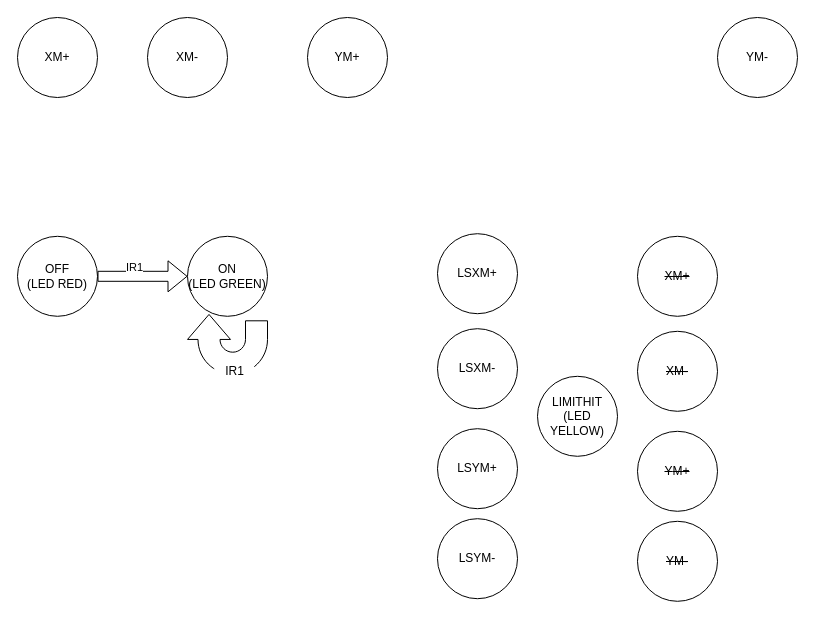
lspark11/ENME-533-Project keeps this draw.io diagram as BasicCNCStateDiagramXY.drawio. Above is the earlier version. Source tidied: cells renumbered, new cells numbered last; positions are measured from the earlier drawing's top-left corner, leaving out a move shared by most shapes. Both pictures are drawn from the tidied source at 100%, with x=0, y=0 at pixel (17, 17).
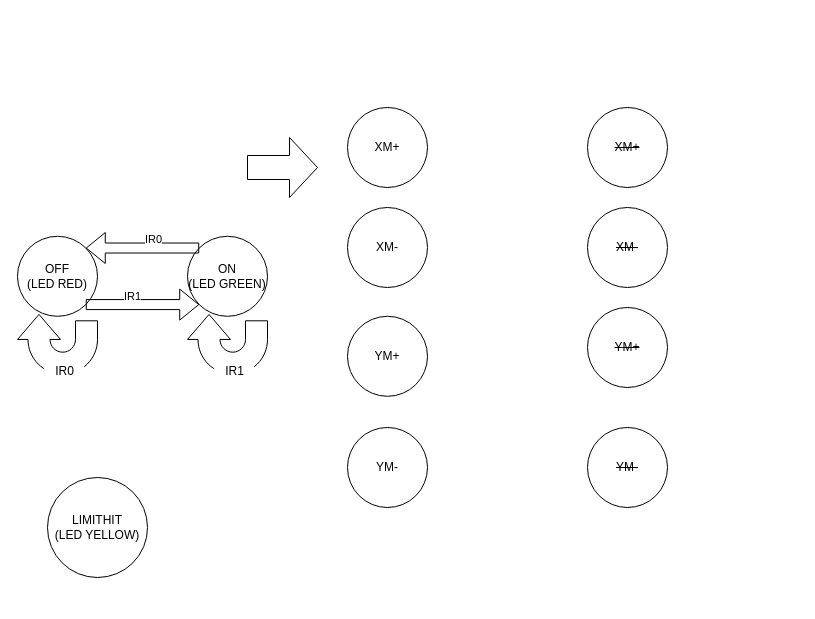
Above is the later version.

Commit message:
ON & Off set BasicCNCStateDiagramXY.drawio

The change refers to these unchanged cells:
```xml
<mxCell id="6" value="ON&lt;div&gt;(LED GREEN)&lt;/div&gt;" style="ellipse;whiteSpace=wrap;html=1;" parent="1" vertex="1">
  <mxGeometry x="170" y="218.8" width="80" height="80" as="geometry" />
</mxCell>
<mxCell id="7" value="OFF&lt;div&gt;(LED RED)&lt;/div&gt;" style="ellipse;whiteSpace=wrap;html=1;" parent="1" vertex="1">
  <mxGeometry y="218.8" width="80" height="80" as="geometry" />
</mxCell>
```

The edit, as a diff of the source:
```diff
@@
     <mxCell id="2" value="XM+" style="ellipse;whiteSpace=wrap;html=1;" parent="1" vertex="1">
-      <mxGeometry width="80" height="80" as="geometry" />
+      <mxGeometry x="330" y="90" width="80" height="80" as="geometry" />
     </mxCell>
     <mxCell id="3" value="YM-" style="ellipse;whiteSpace=wrap;html=1;" parent="1" vertex="1">
-      <mxGeometry x="700" width="80" height="80" as="geometry" />
+      <mxGeometry x="330" y="410" width="80" height="80" as="geometry" />
     </mxCell>
     <mxCell id="4" value="&lt;strike&gt;XM-&lt;/strike&gt;" style="ellipse;whiteSpace=wrap;html=1;" parent="1" vertex="1">
-      <mxGeometry x="620" y="313.8" width="80" height="80" as="geometry" />
+      <mxGeometry x="570" y="190" width="80" height="80" as="geometry" />
     </mxCell>
     <mxCell id="5" value="Y&lt;span style=&quot;background-color: transparent; color: light-dark(rgb(0, 0, 0), rgb(255, 255, 255));&quot;&gt;M+&lt;/span&gt;" style="ellipse;whiteSpace=wrap;html=1;" parent="1" vertex="1">
-      <mxGeometry x="290" width="80" height="80" as="geometry" />
+      <mxGeometry x="330" y="298.8" width="80" height="80" as="geometry" />
     </mxCell>
@@
     <mxCell id="8" value="LIMITHIT&lt;div&gt;(LED YELLOW)&lt;/div&gt;" style="ellipse;whiteSpace=wrap;html=1;" parent="1" vertex="1">
-      <mxGeometry x="520" y="358.8" width="80" height="80" as="geometry" />
+      <mxGeometry x="30" y="460" width="100" height="100" as="geometry" />
     </mxCell>
     <mxCell id="9" value="&lt;strike&gt;XM+&lt;/strike&gt;" style="ellipse;whiteSpace=wrap;html=1;" parent="1" vertex="1">
-      <mxGeometry x="620" y="218.8" width="80" height="80" as="geometry" />
+      <mxGeometry x="570" y="90" width="80" height="80" as="geometry" />
     </mxCell>
     <mxCell id="10" value="XM-" style="ellipse;whiteSpace=wrap;html=1;" parent="1" vertex="1">
-      <mxGeometry x="130" width="80" height="80" as="geometry" />
+      <mxGeometry x="330" y="190" width="80" height="80" as="geometry" />
     </mxCell>
     <mxCell id="11" value="&lt;strike&gt;Y&lt;span style=&quot;background-color: transparent; color: light-dark(rgb(0, 0, 0), rgb(255, 255, 255));&quot;&gt;M+&lt;/span&gt;&lt;/strike&gt;" style="ellipse;whiteSpace=wrap;html=1;" parent="1" vertex="1">
-      <mxGeometry x="620" y="413.8" width="80" height="80" as="geometry" />
+      <mxGeometry x="570" y="290" width="80" height="80" as="geometry" />
     </mxCell>
     <mxCell id="12" value="&lt;strike&gt;YM-&lt;/strike&gt;" style="ellipse;whiteSpace=wrap;html=1;" parent="1" vertex="1">
-      <mxGeometry x="620" y="503.8" width="80" height="80" as="geometry" />
+      <mxGeometry x="570" y="410" width="80" height="80" as="geometry" />
     </mxCell>
-    <mxCell id="13" value="LSXM-" style="ellipse;whiteSpace=wrap;html=1;" parent="1" vertex="1">
-      <mxGeometry x="420" y="311.2" width="80" height="80" as="geometry" />
-    </mxCell>
-    <mxCell id="14" value="LSXM+" style="ellipse;whiteSpace=wrap;html=1;" parent="1" vertex="1">
-      <mxGeometry x="420" y="216.2" width="80" height="80" as="geometry" />
-    </mxCell>
-    <mxCell id="15" value="LSYM-" style="ellipse;whiteSpace=wrap;html=1;" parent="1" vertex="1">
-      <mxGeometry x="420" y="501.2" width="80" height="80" as="geometry" />
-    </mxCell>
-    <mxCell id="16" value="LSYM+" style="ellipse;whiteSpace=wrap;html=1;" parent="1" vertex="1">
-      <mxGeometry x="420" y="411.2" width="80" height="80" as="geometry" />
-    </mxCell>
-    <mxCell id="17" style="shape=flexArrow;endArrow=classic;html=1;rounded=0;exitX=1;exitY=0.5;exitDx=0;exitDy=0;entryX=0;entryY=0.5;entryDx=0;entryDy=0;" parent="1" edge="1" source="7" target="6">
+    <mxCell id="17" style="shape=flexArrow;endArrow=classic;html=1;rounded=0;exitX=1;exitY=1;exitDx=0;exitDy=0;entryX=0;entryY=1;entryDx=0;entryDy=0;" parent="1" edge="1" source="7" target="6">
       <mxGeometry relative="1" as="geometry" />
     </mxCell>
@@
+    <mxCell id="21" style="shape=flexArrow;endArrow=classic;html=1;rounded=0;exitX=0;exitY=0;exitDx=0;exitDy=0;entryX=1;entryY=0;entryDx=0;entryDy=0;" parent="1" edge="1" source="6" target="7">
+      <mxGeometry relative="1" as="geometry" />
+    </mxCell>
+    <mxCell id="22" value="IR0" style="edgeLabel;html=1;align=center;verticalAlign=middle;" parent="21" vertex="1">
+      <mxGeometry x="-0.19" relative="1" as="geometry">
+        <mxPoint y="-9" as="offset" />
+      </mxGeometry>
+    </mxCell>
+    <mxCell id="23" style="html=1;shadow=0;dashed=0;align=center;verticalAlign=middle;shape=mxgraph.arrows2.uTurnArrow;dy=11;arrowHead=43;dx2=25;rotation=-90;" parent="1" vertex="1">
+      <mxGeometry x="13.3" y="290" width="53.4" height="80" as="geometry" />
+    </mxCell>
+    <mxCell id="24" value="IR0" style="text;html=1;align=center;verticalAlign=middle;strokeColor=none;fillColor=default;rounded=0;glass=0;" parent="1" vertex="1">
+      <mxGeometry x="26.7" y="338.8" width="40" height="30" as="geometry" />
+    </mxCell>
+    <mxCell id="25" style="shape=singleArrow;whiteSpace=wrap;html=1;arrowWidth=0.4;arrowSize=0.4;" parent="1" vertex="1">
+      <mxGeometry x="230" y="120" width="70" height="60" as="geometry" />
+    </mxCell>
```
